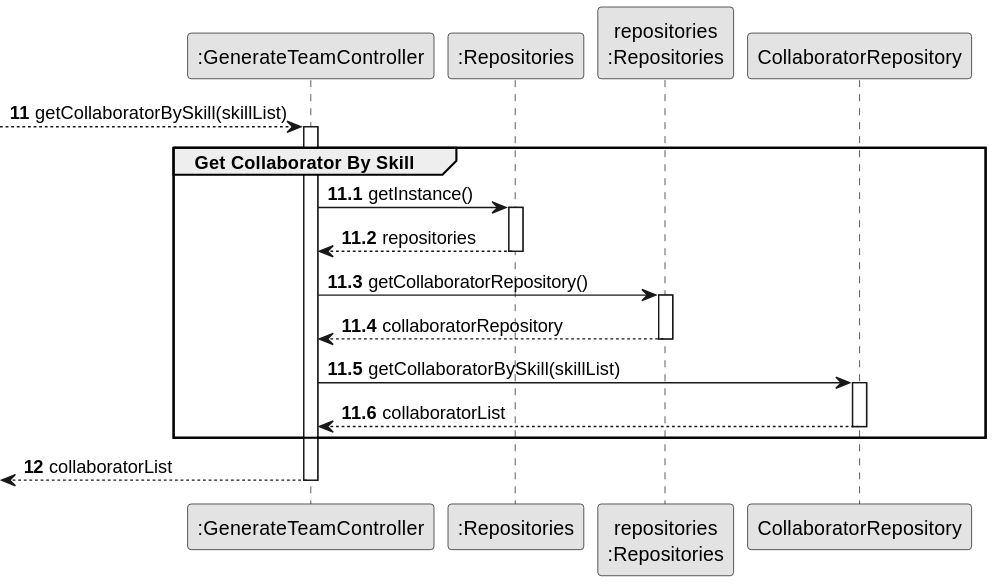
Departamento-de-Engenharia-Informatica/lei-24-s2-1db-g022 keeps this PlantUML diagram as docs/sprint2/us05/03.design/svg/us05-sequence-diagram-partial-get-collaborator-by-skill.svg. Above is the earlier version.
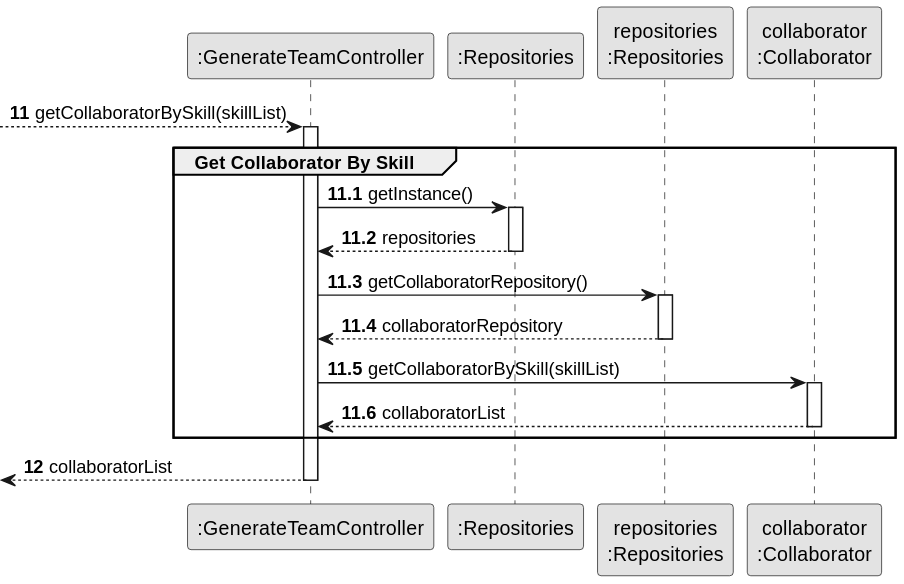
Above is the later version.

Diff of the diagram source:
```diff
@@ -6,6 +6,7 @@
 participant ":GenerateTeamController" as CRL
 participant ":Repositories" as REP
 participant "repositories\n:Repositories" as PLAT
+participant "collaborator\n:Collaborator" as CL
 
 autonumber 11
 --> CRL: getCollaboratorBySkill(skillList)
@@ -29,10 +30,10 @@
 
 deactivate PLAT
 
-CRL -> CollaboratorRepository : getCollaboratorBySkill(skillList)
-activate CollaboratorRepository
-CollaboratorRepository--> CRL : collaboratorList
-deactivate CollaboratorRepository
+CRL -> CL : getCollaboratorBySkill(skillList)
+activate CL
+CL--> CRL : collaboratorList
+deactivate CL
 
 end
 autonumber 12
```
